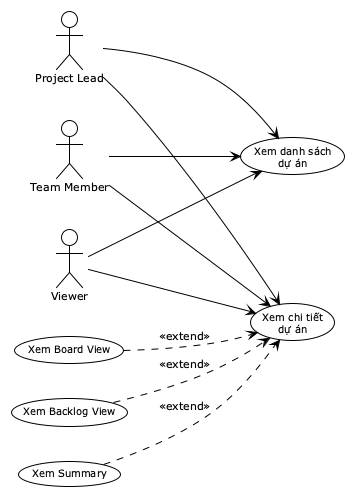
Above: reports/dat-examples/report/images/uc01_3_view_projects.png in toantran292/datn (PlantUML), before the change.
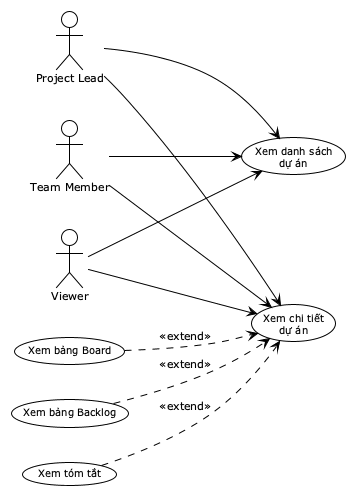
Above is the later version.

What changed in the source:
```diff
@@ -11,9 +11,9 @@
 
 usecase "Xem danh sách\ndự án" as UC_List
 usecase "Xem chi tiết\ndự án" as UC_Detail
-usecase "Xem Board View" as UC_Board
-usecase "Xem Backlog View" as UC_Backlog
-usecase "Xem Summary" as UC_Summary
+usecase "Xem bảng Board" as UC_Board
+usecase "Xem bảng Backlog" as UC_Backlog
+usecase "Xem tóm tắt" as UC_Summary
 
 PL --> UC_List
 TM --> UC_List
```
